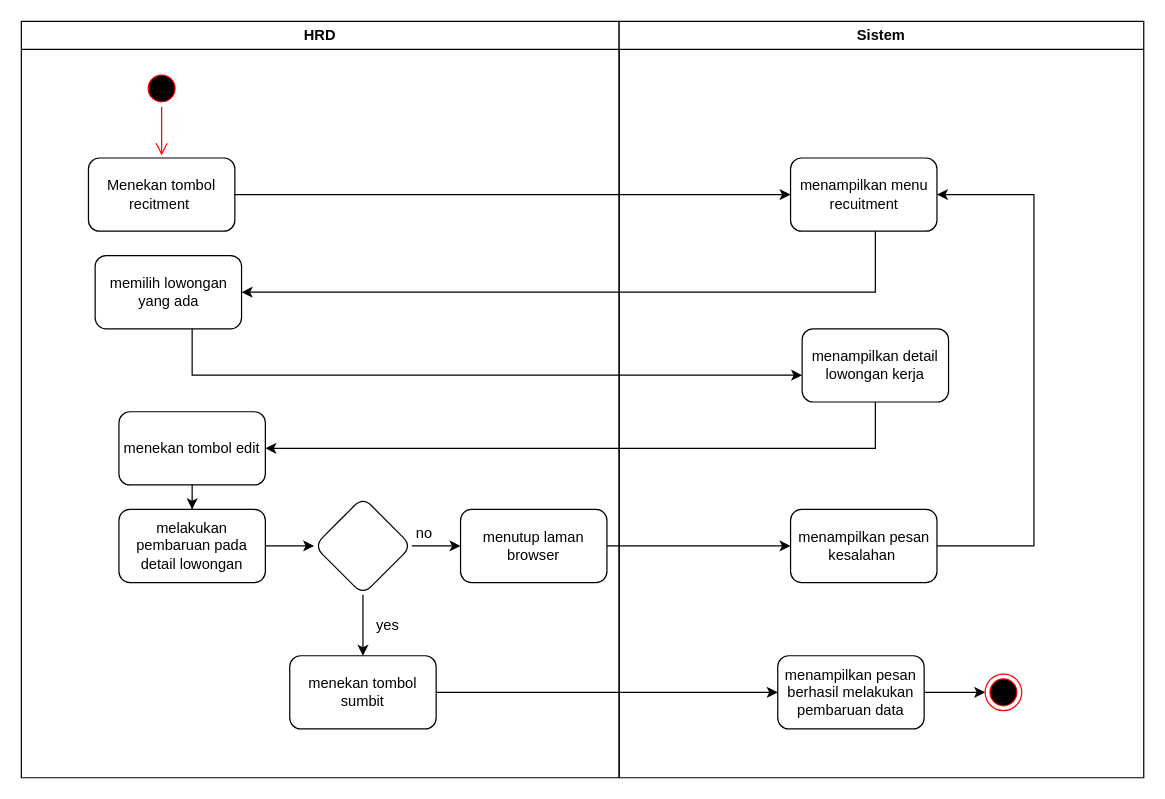
Tijan01/UAS_APPL keeps this draw.io diagram as activity diagram edit.drawio. Above is the earlier version. Source tidied: cells renumbered, new cells numbered last; positions are measured from the earlier drawing's top-left corner, leaving out a move shared by most shapes. Both pictures are drawn from the tidied source at 122%, with x=0, y=0 at pixel (21, 21).
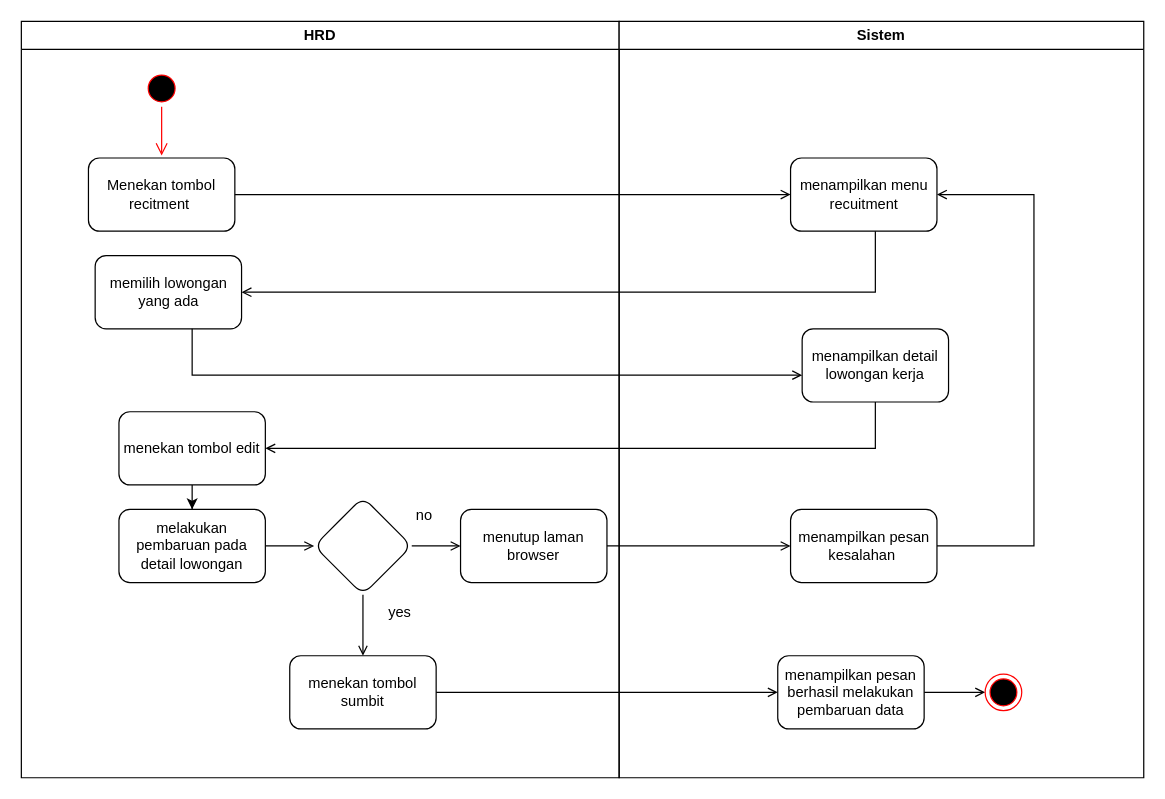
After the change.

Unchanged cells that the change refers to:
```xml
<mxCell id="2" value="HRD" style="swimlane;whiteSpace=wrap;startSize=23;" parent="1" vertex="1">
  <mxGeometry width="490" height="620" as="geometry" />
</mxCell>
<mxCell id="5" value="Menekan tombol recitment&amp;nbsp;" style="rounded=1;whiteSpace=wrap;html=1;" parent="2" vertex="1">
  <mxGeometry x="55" y="112" width="120" height="60" as="geometry" />
</mxCell>
<mxCell id="6" value="memilih lowongan yang ada" style="whiteSpace=wrap;html=1;fillColor=rgb(255, 255, 255);strokeColor=rgb(0, 0, 0);fontColor=rgb(0, 0, 0);rounded=1;" parent="2" vertex="1">
  <mxGeometry x="60.5" y="192" width="120" height="60" as="geometry" />
</mxCell>
<mxCell id="8" value="menekan tombol edit" style="whiteSpace=wrap;html=1;fillColor=rgb(255, 255, 255);strokeColor=rgb(0, 0, 0);fontColor=rgb(0, 0, 0);rounded=1;" parent="2" vertex="1">
  <mxGeometry x="80" y="320" width="120" height="60" as="geometry" />
</mxCell>
<mxCell id="10" value="melakukan pembaruan pada detail lowongan" style="whiteSpace=wrap;html=1;fillColor=rgb(255, 255, 255);strokeColor=rgb(0, 0, 0);fontColor=rgb(0, 0, 0);rounded=1;" parent="2" vertex="1">
  <mxGeometry x="80" y="400" width="120" height="60" as="geometry" />
</mxCell>
<mxCell id="13" style="rhombus;whiteSpace=wrap;html=1;fillColor=rgb(255, 255, 255);strokeColor=rgb(0, 0, 0);fontColor=rgb(0, 0, 0);rounded=1;" parent="2" vertex="1">
  <mxGeometry x="240" y="390" width="80" height="80" as="geometry" />
</mxCell>
<mxCell id="14" value="menekan tombol sumbit" style="whiteSpace=wrap;html=1;fillColor=rgb(255, 255, 255);strokeColor=rgb(0, 0, 0);fontColor=rgb(0, 0, 0);rounded=1;" parent="2" vertex="1">
  <mxGeometry x="220" y="520" width="120" height="60" as="geometry" />
</mxCell>
<mxCell id="15" value="menutup laman browser" style="whiteSpace=wrap;html=1;fillColor=rgb(255, 255, 255);strokeColor=rgb(0, 0, 0);fontColor=rgb(0, 0, 0);rounded=1;" parent="2" vertex="1">
  <mxGeometry x="360" y="400" width="120" height="60" as="geometry" />
</mxCell>
<mxCell id="17" value="Sistem" style="swimlane;whiteSpace=wrap;" parent="1" vertex="1">
  <mxGeometry x="490" width="430" height="620" as="geometry" />
</mxCell>
<mxCell id="18" value="menampilkan menu recuitment" style="whiteSpace=wrap;html=1;fillColor=rgb(255, 255, 255);strokeColor=rgb(0, 0, 0);fontColor=rgb(0, 0, 0);rounded=1;" parent="17" vertex="1">
  <mxGeometry x="140.5" y="112" width="120" height="60" as="geometry" />
</mxCell>
<mxCell id="19" value="menampilkan detail lowongan kerja" style="whiteSpace=wrap;html=1;fillColor=rgb(255, 255, 255);strokeColor=rgb(0, 0, 0);fontColor=rgb(0, 0, 0);rounded=1;" parent="17" vertex="1">
  <mxGeometry x="150" y="252" width="120" height="60" as="geometry" />
</mxCell>
<mxCell id="21" value="menampilkan pesan berhasil melakukan pembaruan data" style="whiteSpace=wrap;html=1;fillColor=rgb(255, 255, 255);strokeColor=rgb(0, 0, 0);fontColor=rgb(0, 0, 0);rounded=1;" parent="17" vertex="1">
  <mxGeometry x="130" y="520" width="120" height="60" as="geometry" />
</mxCell>
<mxCell id="22" style="ellipse;html=1;shape=endState;fillColor=#000000;strokeColor=#ff0000;" parent="17" vertex="1">
  <mxGeometry x="300" y="535" width="30" height="30" as="geometry" />
</mxCell>
<mxCell id="24" value="menampilkan pesan kesalahan&amp;nbsp;" style="whiteSpace=wrap;html=1;fillColor=rgb(255, 255, 255);strokeColor=rgb(0, 0, 0);fontColor=rgb(0, 0, 0);rounded=1;" parent="17" vertex="1">
  <mxGeometry x="140.5" y="400" width="120" height="60" as="geometry" />
</mxCell>
```

What changed in the source:
```diff
@@
-    <mxCell id="9" style="edgeStyle=orthogonalEdgeStyle;rounded=0;jettySize=auto;html=1;" parent="2" edge="1" source="10" target="13">
+    <mxCell id="9" style="edgeStyle=orthogonalEdgeStyle;rounded=0;jettySize=auto;html=1;endArrow=open;endFill=0;" parent="2" edge="1" source="10" target="13">
       <mxGeometry relative="1" as="geometry" />
     </mxCell>
@@
-    <mxCell id="11" style="edgeStyle=orthogonalEdgeStyle;rounded=0;jettySize=auto;html=1;" parent="2" edge="1" source="13" target="14">
+    <mxCell id="11" style="edgeStyle=orthogonalEdgeStyle;rounded=0;jettySize=auto;html=1;endArrow=open;endFill=0;" parent="2" edge="1" source="13" target="14">
       <mxGeometry relative="1" as="geometry" />
     </mxCell>
-    <mxCell id="12" style="edgeStyle=orthogonalEdgeStyle;rounded=0;jettySize=auto;html=1;" parent="2" edge="1" source="13" target="15">
+    <mxCell id="12" style="edgeStyle=orthogonalEdgeStyle;rounded=0;jettySize=auto;html=1;endArrow=open;endFill=0;" parent="2" edge="1" source="13" target="15">
       <mxGeometry relative="1" as="geometry" />
     </mxCell>
@@
     <mxCell id="16" value="yes" style="text;html=1;align=center;verticalAlign=middle;strokeColor=none;fillColor=none;" parent="2" vertex="1">
-      <mxGeometry x="280" y="480" width="40" height="30" as="geometry" />
+      <mxGeometry x="290" y="470" width="40" height="30" as="geometry" />
     </mxCell>
+    <mxCell id="31" value="no" style="text;html=1;align=center;verticalAlign=middle;strokeColor=none;fillColor=none;" parent="2" vertex="1">
+      <mxGeometry x="310" y="390" width="40" height="30" as="geometry" />
+    </mxCell>
@@
-    <mxCell id="20" style="edgeStyle=orthogonalEdgeStyle;rounded=0;jettySize=auto;html=1;" parent="17" edge="1" source="21" target="22">
+    <mxCell id="20" style="edgeStyle=orthogonalEdgeStyle;rounded=0;jettySize=auto;html=1;endArrow=open;endFill=0;" parent="17" edge="1" source="21" target="22">
       <mxGeometry relative="1" as="geometry" />
     </mxCell>
@@
-    <mxCell id="23" style="edgeStyle=orthogonalEdgeStyle;rounded=0;jettySize=auto;html=1;entryX=1;entryY=0.5;entryDx=0;entryDy=0;" parent="17" edge="1" source="24" target="18">
+    <mxCell id="23" style="edgeStyle=orthogonalEdgeStyle;rounded=0;jettySize=auto;html=1;entryX=1;entryY=0.5;entryDx=0;entryDy=0;endArrow=open;endFill=0;" parent="17" edge="1" source="24" target="18">
       <mxGeometry relative="1" as="geometry">
         <Array as="points">
           <mxPoint x="340" y="430" />
           <mxPoint x="340" y="142" />
         </Array>
       </mxGeometry>
     </mxCell>
@@
-    <mxCell id="25" style="edgeStyle=orthogonalEdgeStyle;rounded=0;jettySize=auto;html=1;" parent="1" edge="1" source="5" target="18">
+    <mxCell id="25" style="edgeStyle=orthogonalEdgeStyle;rounded=0;jettySize=auto;html=1;endArrow=open;endFill=0;" parent="1" edge="1" source="5" target="18">
       <mxGeometry relative="1" as="geometry" />
     </mxCell>
-    <mxCell id="26" style="edgeStyle=orthogonalEdgeStyle;rounded=0;jettySize=auto;html=1;" parent="1" edge="1" source="18" target="6">
+    <mxCell id="26" style="edgeStyle=orthogonalEdgeStyle;rounded=0;jettySize=auto;html=1;endArrow=open;endFill=0;" parent="1" edge="1" source="18" target="6">
       <mxGeometry relative="1" as="geometry">
         <Array as="points">
           <mxPoint x="700" y="222" />
         </Array>
       </mxGeometry>
     </mxCell>
-    <mxCell id="27" style="edgeStyle=orthogonalEdgeStyle;rounded=0;jettySize=auto;html=1;" parent="1" edge="1" source="6" target="19">
+    <mxCell id="27" style="edgeStyle=orthogonalEdgeStyle;rounded=0;jettySize=auto;html=1;endArrow=open;endFill=0;" parent="1" edge="1" source="6" target="19">
       <mxGeometry relative="1" as="geometry">
         <Array as="points">
           <mxPoint x="140" y="290" />
         </Array>
       </mxGeometry>
     </mxCell>
-    <mxCell id="28" style="edgeStyle=orthogonalEdgeStyle;rounded=0;jettySize=auto;html=1;" parent="1" edge="1" source="19" target="8">
+    <mxCell id="28" style="edgeStyle=orthogonalEdgeStyle;rounded=0;jettySize=auto;html=1;endArrow=open;endFill=0;" parent="1" edge="1" source="19" target="8">
       <mxGeometry relative="1" as="geometry">
         <Array as="points">
           <mxPoint x="700" y="350" />
         </Array>
       </mxGeometry>
     </mxCell>
-    <mxCell id="29" style="edgeStyle=orthogonalEdgeStyle;rounded=0;jettySize=auto;html=1;exitX=1;exitY=0.5;exitDx=0;exitDy=0;" parent="1" edge="1" source="14" target="21">
+    <mxCell id="29" style="edgeStyle=orthogonalEdgeStyle;rounded=0;jettySize=auto;html=1;exitX=1;exitY=0.5;exitDx=0;exitDy=0;endArrow=open;endFill=0;" parent="1" edge="1" source="14" target="21">
       <mxGeometry relative="1" as="geometry" />
     </mxCell>
-    <mxCell id="30" style="edgeStyle=orthogonalEdgeStyle;rounded=0;jettySize=auto;html=1;" parent="1" edge="1" source="15" target="24">
+    <mxCell id="30" style="edgeStyle=orthogonalEdgeStyle;rounded=0;jettySize=auto;html=1;endArrow=open;endFill=0;" parent="1" edge="1" source="15" target="24">
       <mxGeometry relative="1" as="geometry" />
     </mxCell>
-    <mxCell id="31" value="no" style="text;html=1;align=center;verticalAlign=middle;strokeColor=none;fillColor=none;" parent="1" vertex="1">
-      <mxGeometry x="310" y="405" width="40" height="30" as="geometry" />
-    </mxCell>
```
